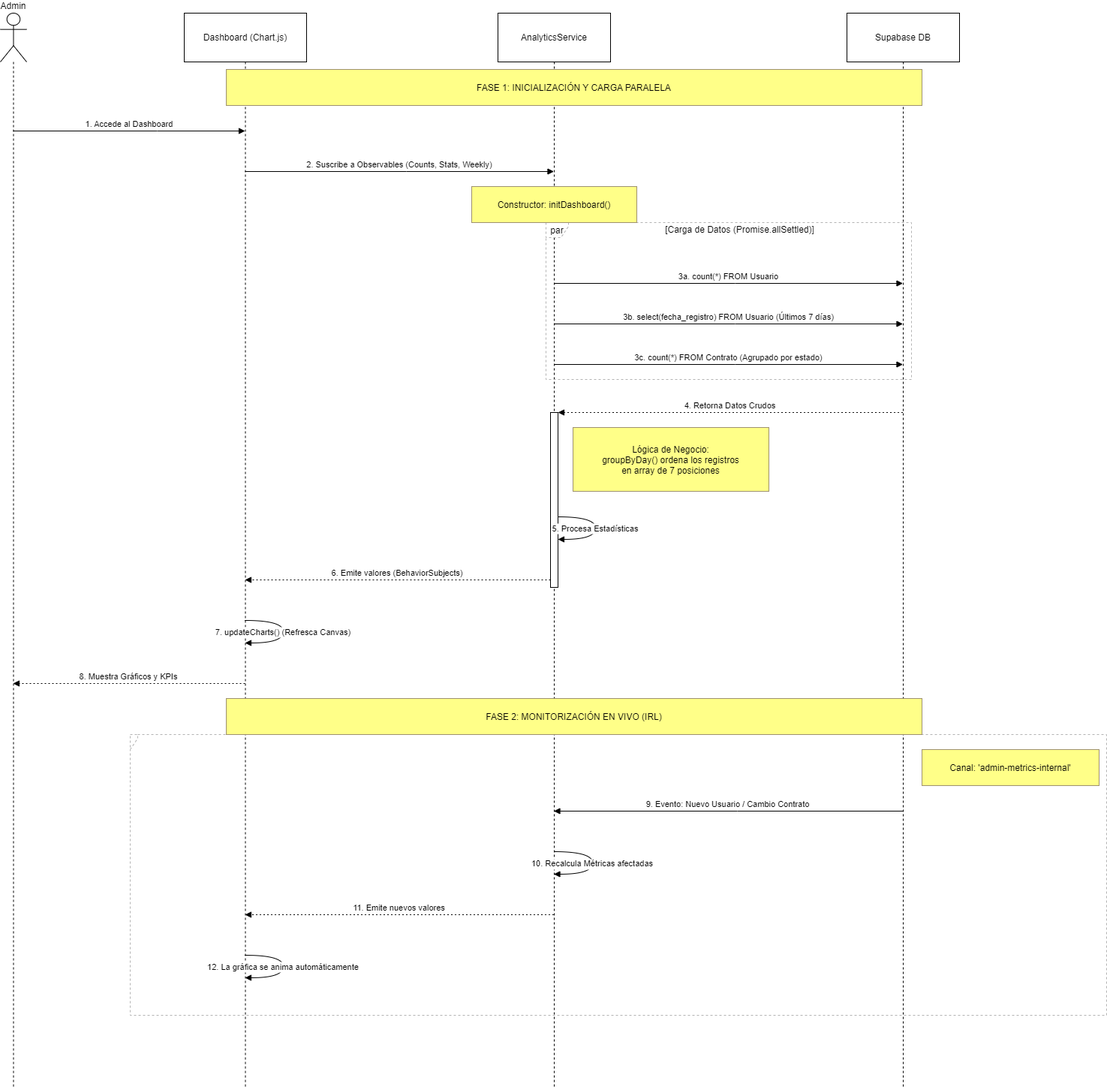
Before: docs/diagramas/secuencias/dashboard.drawio.png, a diagram exported from draw.io (egilp04/TFG_Cuidados). Source tidied: cells renumbered, new cells last; positions are measured from the earlier drawing's top-left corner, leaving out a move shared by most shapes. The source it was exported from:
```xml
<mxGraphModel>
  <root>
    <mxCell id="0" />
    <mxCell id="1" parent="0" />
    <mxCell id="2" value="Admin" style="shape=umlLifeline;perimeter=lifelinePerimeter;whiteSpace=wrap;outlineConnect=0;portConstraint=eastwest;newEdgeStyle={&quot;edgeStyle&quot;:&quot;elbowEdgeStyle&quot;,&quot;elbow&quot;:&quot;vertical&quot;,&quot;curved&quot;:0,&quot;rounded&quot;:0};participant=umlActor;verticalAlign=bottom;labelPosition=center;verticalLabelPosition=top;align=center;size=65;" parent="1" vertex="1">
      <mxGeometry width="35" height="1430" as="geometry" />
    </mxCell>
    <mxCell id="3" value="Dashboard (Chart.js)" style="shape=umlLifeline;perimeter=lifelinePerimeter;whiteSpace=wrap;outlineConnect=0;portConstraint=eastwest;newEdgeStyle={&quot;edgeStyle&quot;:&quot;elbowEdgeStyle&quot;,&quot;elbow&quot;:&quot;vertical&quot;,&quot;curved&quot;:0,&quot;rounded&quot;:0};size=65;" parent="1" vertex="1">
      <mxGeometry x="245" width="163" height="1430" as="geometry" />
    </mxCell>
    <mxCell id="4" value="AnalyticsService" style="shape=umlLifeline;perimeter=lifelinePerimeter;whiteSpace=wrap;outlineConnect=0;portConstraint=eastwest;newEdgeStyle={&quot;edgeStyle&quot;:&quot;elbowEdgeStyle&quot;,&quot;elbow&quot;:&quot;vertical&quot;,&quot;curved&quot;:0,&quot;rounded&quot;:0};size=65;" parent="1" vertex="1">
      <mxGeometry x="663" width="150" height="1430" as="geometry" />
    </mxCell>
    <mxCell id="5" style="points=[];perimeter=orthogonalPerimeter;outlineConnect=0;targetShapes=umlLifeline;portConstraint=eastwest;newEdgeStyle={&quot;edgeStyle&quot;:&quot;elbowEdgeStyle&quot;,&quot;elbow&quot;:&quot;vertical&quot;,&quot;curved&quot;:0,&quot;rounded&quot;:0};" parent="4" vertex="1">
      <mxGeometry x="70" y="532" width="10" height="233" as="geometry" />
    </mxCell>
    <mxCell id="6" value="Supabase DB" style="shape=umlLifeline;perimeter=lifelinePerimeter;whiteSpace=wrap;outlineConnect=0;portConstraint=eastwest;newEdgeStyle={&quot;edgeStyle&quot;:&quot;elbowEdgeStyle&quot;,&quot;elbow&quot;:&quot;vertical&quot;,&quot;curved&quot;:0,&quot;rounded&quot;:0};size=65;" parent="1" vertex="1">
      <mxGeometry x="1128" width="150" height="1430" as="geometry" />
    </mxCell>
    <mxCell id="7" value="par" style="shape=umlFrame;dashed=1;strokeColor=#B3B3B3;height=20;width=30;" parent="1" vertex="1">
      <mxGeometry x="727" y="279" width="487" height="209" as="geometry" />
    </mxCell>
    <mxCell id="8" value="[Carga de Datos (Promise.allSettled)]" style="text;strokeColor=none;fillColor=none;align=center;verticalAlign=middle;whiteSpace=wrap;" parent="7" vertex="1">
      <mxGeometry x="30" width="457" height="20" as="geometry" />
    </mxCell>
    <mxCell id="9" style="shape=umlFrame;dashed=1;strokeColor=#B3B3B3;height=20;width=0;" parent="1" vertex="1">
      <mxGeometry x="173" y="961" width="1301" height="374" as="geometry" />
    </mxCell>
    <mxCell id="10" style="text;strokeColor=none;fillColor=none;align=center;verticalAlign=middle;whiteSpace=wrap;" parent="9" vertex="1">
      <mxGeometry width="1301" height="20" as="geometry" />
    </mxCell>
    <mxCell id="11" value="1. Accede al Dashboard" style="verticalAlign=bottom;edgeStyle=elbowEdgeStyle;elbow=vertical;curved=0;rounded=0;endArrow=block;" parent="1" edge="1" source="2" target="3">
      <mxGeometry relative="1" as="geometry">
        <Array as="points">
          <mxPoint x="209" y="157" />
        </Array>
      </mxGeometry>
    </mxCell>
    <mxCell id="12" value="2. Suscribe a Observables (Counts, Stats, Weekly)" style="verticalAlign=bottom;edgeStyle=elbowEdgeStyle;elbow=vertical;curved=0;rounded=0;endArrow=block;" parent="1" edge="1" source="3" target="4">
      <mxGeometry relative="1" as="geometry">
        <Array as="points">
          <mxPoint x="541" y="211" />
        </Array>
      </mxGeometry>
    </mxCell>
    <mxCell id="13" value="3a. count(*) FROM Usuario" style="verticalAlign=bottom;edgeStyle=elbowEdgeStyle;elbow=vertical;curved=0;rounded=0;endArrow=block;" parent="1" edge="1" source="4" target="6">
      <mxGeometry relative="1" as="geometry">
        <Array as="points">
          <mxPoint x="979" y="360" />
        </Array>
      </mxGeometry>
    </mxCell>
    <mxCell id="14" value="3b. select(fecha_registro) FROM Usuario (Últimos 7 días)" style="verticalAlign=bottom;edgeStyle=elbowEdgeStyle;elbow=vertical;curved=0;rounded=0;endArrow=block;" parent="1" edge="1" source="4" target="6">
      <mxGeometry relative="1" as="geometry">
        <Array as="points">
          <mxPoint x="979" y="414" />
        </Array>
      </mxGeometry>
    </mxCell>
    <mxCell id="15" value="3c. count(*) FROM Contrato (Agrupado por estado)" style="verticalAlign=bottom;edgeStyle=elbowEdgeStyle;elbow=vertical;curved=0;rounded=0;endArrow=block;" parent="1" edge="1" source="4" target="6">
      <mxGeometry relative="1" as="geometry">
        <Array as="points">
          <mxPoint x="979" y="468" />
        </Array>
      </mxGeometry>
    </mxCell>
    <mxCell id="16" value="4. Retorna Datos Crudos" style="verticalAlign=bottom;edgeStyle=elbowEdgeStyle;elbow=vertical;curved=0;rounded=0;dashed=1;dashPattern=2 3;endArrow=block;" parent="1" edge="1" source="6" target="5">
      <mxGeometry relative="1" as="geometry">
        <Array as="points">
          <mxPoint x="982" y="532" />
        </Array>
      </mxGeometry>
    </mxCell>
    <mxCell id="17" value="5. Procesa Estadísticas" style="curved=1;endArrow=block;rounded=0;" parent="1" edge="1" source="5" target="5">
      <mxGeometry relative="1" as="geometry">
        <Array as="points">
          <mxPoint x="793" y="671" />
          <mxPoint x="793" y="701" />
        </Array>
      </mxGeometry>
    </mxCell>
    <mxCell id="18" value="6. Emite valores (BehaviorSubjects)" style="verticalAlign=bottom;edgeStyle=elbowEdgeStyle;elbow=vertical;curved=0;rounded=0;dashed=1;dashPattern=2 3;endArrow=block;" parent="1" edge="1" source="5" target="3">
      <mxGeometry relative="1" as="geometry">
        <Array as="points">
          <mxPoint x="542" y="755" />
        </Array>
      </mxGeometry>
    </mxCell>
    <mxCell id="19" value="7. updateCharts() (Refresca Canvas)" style="curved=1;endArrow=block;rounded=0;" parent="1" edge="1" source="3" target="3">
      <mxGeometry relative="1" as="geometry">
        <Array as="points">
          <mxPoint x="377" y="809" />
          <mxPoint x="377" y="839" />
        </Array>
      </mxGeometry>
    </mxCell>
    <mxCell id="20" value="8. Muestra Gráficos y KPIs" style="verticalAlign=bottom;edgeStyle=elbowEdgeStyle;elbow=vertical;curved=0;rounded=0;dashed=1;dashPattern=2 3;endArrow=block;" parent="1" edge="1" source="3" target="2">
      <mxGeometry relative="1" as="geometry">
        <Array as="points">
          <mxPoint x="212" y="893" />
        </Array>
      </mxGeometry>
    </mxCell>
    <mxCell id="21" value="9. Evento: Nuevo Usuario / Cambio Contrato" style="verticalAlign=bottom;edgeStyle=elbowEdgeStyle;elbow=vertical;curved=0;rounded=0;endArrow=block;" parent="1" edge="1" source="6" target="4">
      <mxGeometry relative="1" as="geometry">
        <Array as="points">
          <mxPoint x="982" y="1063" />
        </Array>
      </mxGeometry>
    </mxCell>
    <mxCell id="22" value="10. Recalcula Métricas afectadas" style="curved=1;endArrow=block;rounded=0;" parent="1" edge="1" source="4" target="4">
      <mxGeometry relative="1" as="geometry">
        <Array as="points">
          <mxPoint x="789" y="1117" />
          <mxPoint x="789" y="1147" />
        </Array>
      </mxGeometry>
    </mxCell>
    <mxCell id="23" value="11. Emite nuevos valores" style="verticalAlign=bottom;edgeStyle=elbowEdgeStyle;elbow=vertical;curved=0;rounded=0;dashed=1;dashPattern=2 3;endArrow=block;" parent="1" edge="1" source="4" target="3">
      <mxGeometry relative="1" as="geometry">
        <Array as="points">
          <mxPoint x="544" y="1201" />
        </Array>
      </mxGeometry>
    </mxCell>
    <mxCell id="24" value="12. La gráfica se anima automáticamente" style="curved=1;endArrow=block;rounded=0;" parent="1" edge="1" source="3" target="3">
      <mxGeometry relative="1" as="geometry">
        <Array as="points">
          <mxPoint x="377" y="1255" />
          <mxPoint x="377" y="1285" />
        </Array>
      </mxGeometry>
    </mxCell>
    <mxCell id="25" value="FASE 1: INICIALIZACIÓN Y CARGA PARALELA" style="fillColor=#ffff88;strokeColor=#9E916F;" parent="1" vertex="1">
      <mxGeometry x="301" y="75" width="927" height="48" as="geometry" />
    </mxCell>
    <mxCell id="26" value="Constructor: initDashboard()" style="fillColor=#ffff88;strokeColor=#9E916F;" parent="1" vertex="1">
      <mxGeometry x="628" y="231" width="220" height="48" as="geometry" />
    </mxCell>
    <mxCell id="27" value="Lógica de Negocio:&#10;groupByDay() ordena los registros&#10;en array de 7 posiciones" style="fillColor=#ffff88;strokeColor=#9E916F;" parent="1" vertex="1">
      <mxGeometry x="763" y="552" width="261" height="85" as="geometry" />
    </mxCell>
    <mxCell id="28" value="FASE 2: MONITORIZACIÓN EN VIVO (IRL)" style="fillColor=#ffff88;strokeColor=#9E916F;" parent="1" vertex="1">
      <mxGeometry x="301" y="913" width="927" height="48" as="geometry" />
    </mxCell>
    <mxCell id="29" value="Canal: 'admin-metrics-internal'" style="fillColor=#ffff88;strokeColor=#9E916F;" parent="1" vertex="1">
      <mxGeometry x="1228" y="981" width="236" height="48" as="geometry" />
    </mxCell>
  </root>
</mxGraphModel>
```
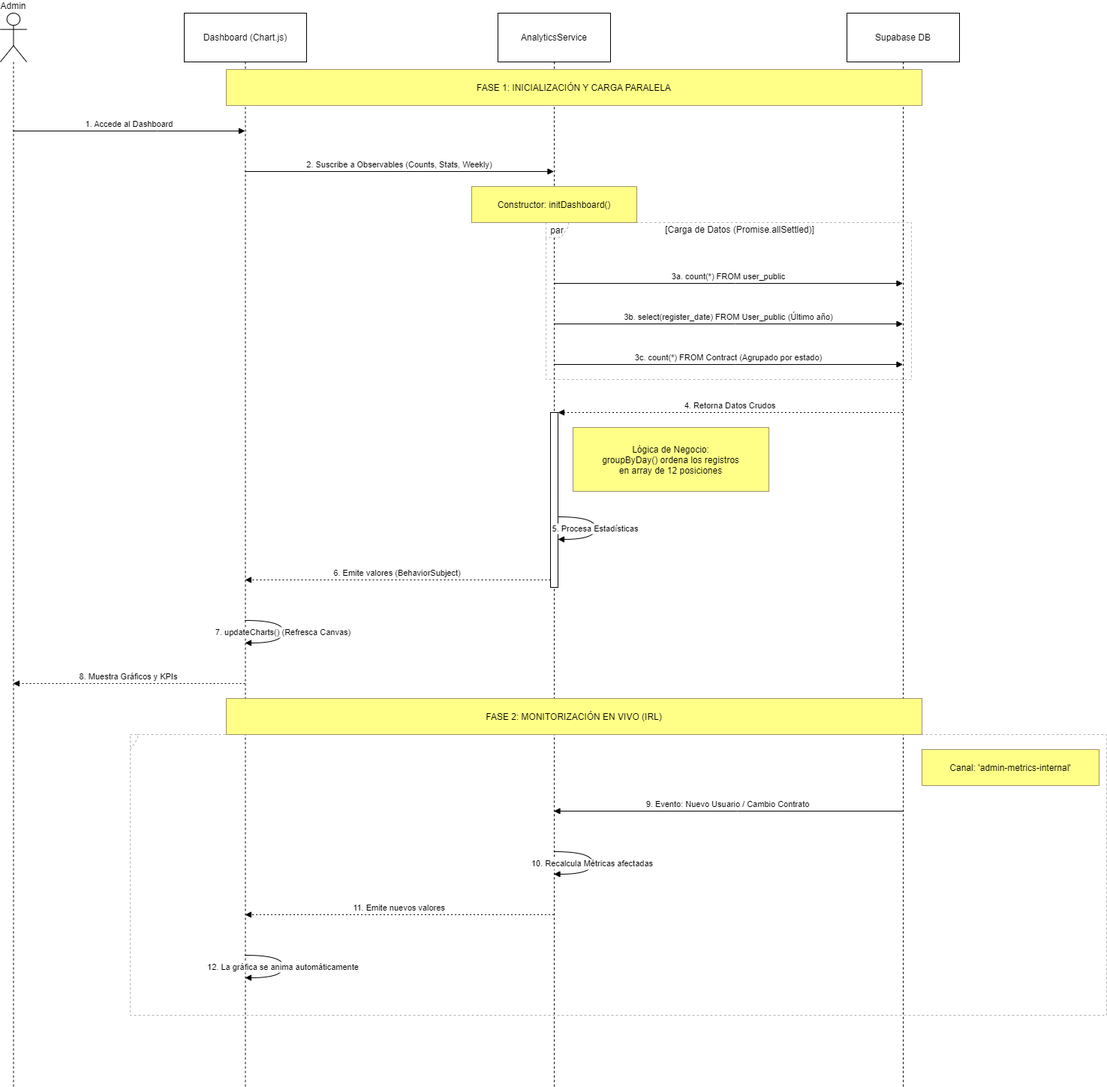
Later version of the same file.

Change to the diagram source:
```diff
@@ -43,21 +43,21 @@
         </Array>
       </mxGeometry>
     </mxCell>
-    <mxCell id="13" value="3a. count(*) FROM Usuario" style="verticalAlign=bottom;edgeStyle=elbowEdgeStyle;elbow=vertical;curved=0;rounded=0;endArrow=block;" parent="1" edge="1" source="4" target="6">
+    <mxCell id="13" value="3a. count(*) FROM user_public" style="verticalAlign=bottom;edgeStyle=elbowEdgeStyle;elbow=vertical;curved=0;rounded=0;endArrow=block;" parent="1" edge="1" source="4" target="6">
       <mxGeometry relative="1" as="geometry">
         <Array as="points">
           <mxPoint x="979" y="360" />
         </Array>
       </mxGeometry>
     </mxCell>
-    <mxCell id="14" value="3b. select(fecha_registro) FROM Usuario (Últimos 7 días)" style="verticalAlign=bottom;edgeStyle=elbowEdgeStyle;elbow=vertical;curved=0;rounded=0;endArrow=block;" parent="1" edge="1" source="4" target="6">
+    <mxCell id="14" value="3b. select(register_date) FROM User_public (Último año)" style="verticalAlign=bottom;edgeStyle=elbowEdgeStyle;elbow=vertical;curved=0;rounded=0;endArrow=block;" parent="1" edge="1" source="4" target="6">
       <mxGeometry relative="1" as="geometry">
         <Array as="points">
           <mxPoint x="979" y="414" />
         </Array>
       </mxGeometry>
     </mxCell>
-    <mxCell id="15" value="3c. count(*) FROM Contrato (Agrupado por estado)" style="verticalAlign=bottom;edgeStyle=elbowEdgeStyle;elbow=vertical;curved=0;rounded=0;endArrow=block;" parent="1" edge="1" source="4" target="6">
+    <mxCell id="15" value="3c. count(*) FROM Contract (Agrupado por estado)" style="verticalAlign=bottom;edgeStyle=elbowEdgeStyle;elbow=vertical;curved=0;rounded=0;endArrow=block;" parent="1" edge="1" source="4" target="6">
       <mxGeometry relative="1" as="geometry">
         <Array as="points">
           <mxPoint x="979" y="468" />
@@ -79,7 +79,7 @@
         </Array>
       </mxGeometry>
     </mxCell>
-    <mxCell id="18" value="6. Emite valores (BehaviorSubjects)" style="verticalAlign=bottom;edgeStyle=elbowEdgeStyle;elbow=vertical;curved=0;rounded=0;dashed=1;dashPattern=2 3;endArrow=block;" parent="1" edge="1" source="5" target="3">
+    <mxCell id="18" value="6. Emite valores (BehaviorSubject)" style="verticalAlign=bottom;edgeStyle=elbowEdgeStyle;elbow=vertical;curved=0;rounded=0;dashed=1;dashPattern=2 3;endArrow=block;" parent="1" edge="1" source="5" target="3">
       <mxGeometry relative="1" as="geometry">
         <Array as="points">
           <mxPoint x="542" y="755" />
@@ -137,7 +137,7 @@
     <mxCell id="26" value="Constructor: initDashboard()" style="fillColor=#ffff88;strokeColor=#9E916F;" parent="1" vertex="1">
       <mxGeometry x="628" y="231" width="220" height="48" as="geometry" />
     </mxCell>
-    <mxCell id="27" value="Lógica de Negocio:&#10;groupByDay() ordena los registros&#10;en array de 7 posiciones" style="fillColor=#ffff88;strokeColor=#9E916F;" parent="1" vertex="1">
+    <mxCell id="27" value="Lógica de Negocio:&#10;groupByDay() ordena los registros&#10;en array de 12 posiciones" style="fillColor=#ffff88;strokeColor=#9E916F;" parent="1" vertex="1">
       <mxGeometry x="763" y="552" width="261" height="85" as="geometry" />
     </mxCell>
     <mxCell id="28" value="FASE 2: MONITORIZACIÓN EN VIVO (IRL)" style="fillColor=#ffff88;strokeColor=#9E916F;" parent="1" vertex="1">
```
